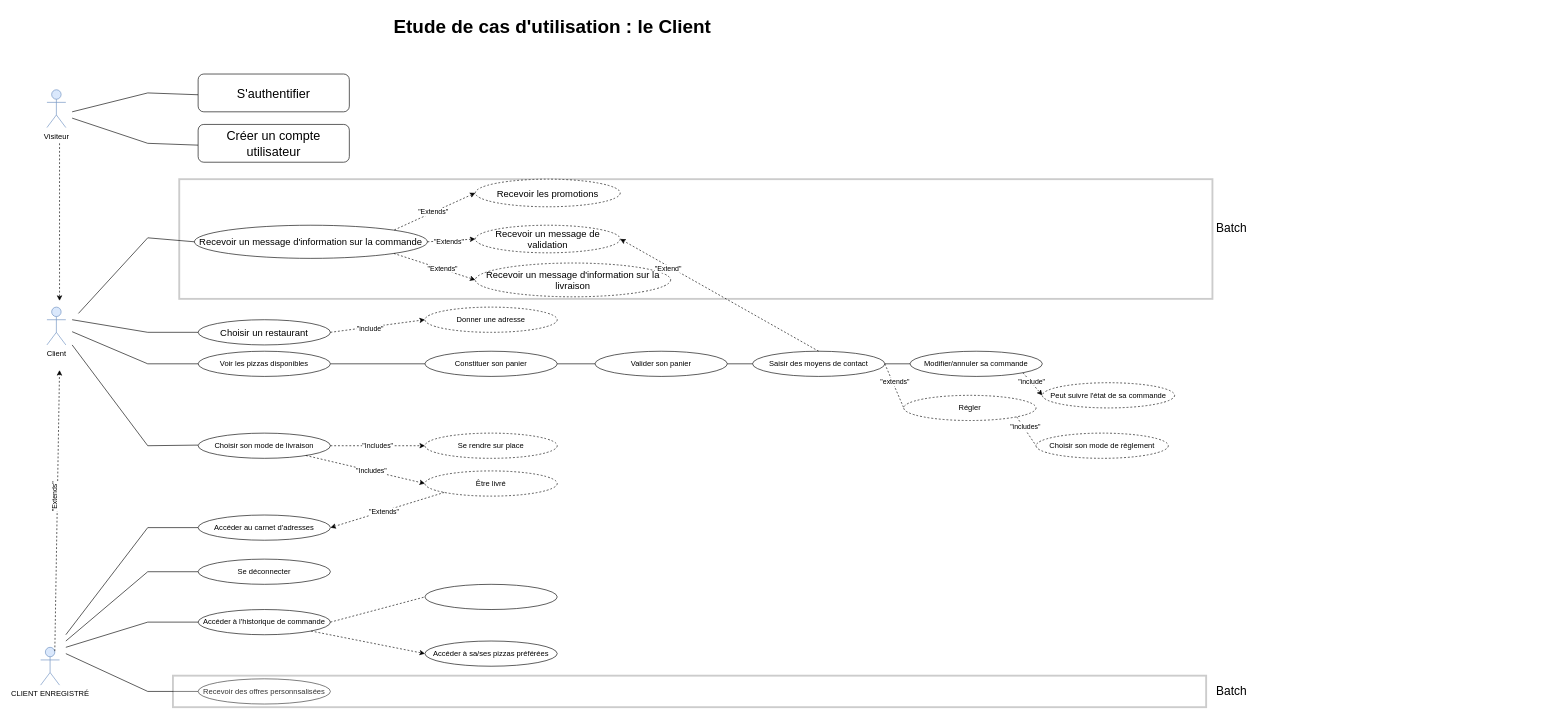
Earlier version of the draw.io diagram 1.drawio (OMorlotti/P4-analyser-les-besoin-de-mon-client-pour-son-groupe-de-pizzerias). Source tidied: cells renumbered, new cells numbered last; positions are measured from the earlier drawing's top-left corner, leaving out a move shared by most shapes. Both pictures are drawn from the tidied source at 63%, with x=0, y=0 at pixel (40, 11).
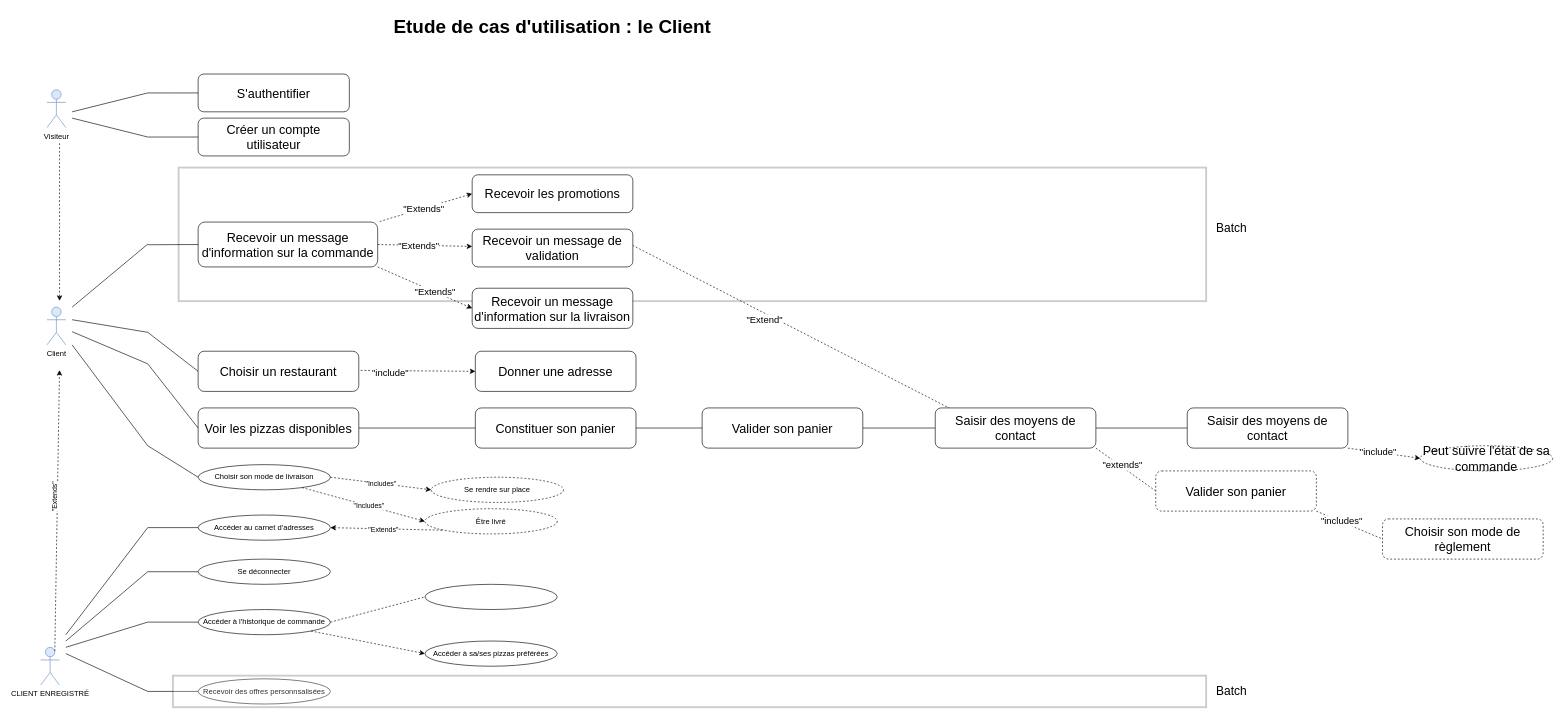
The same page after the edit.

Unchanged cells that the change refers to:
```xml
<mxCell id="83" value="&lt;font style=&quot;font-size: 20px&quot;&gt;S'authentifier&lt;/font&gt;" style="rounded=1;whiteSpace=wrap;html=1;" parent="1" vertex="1">
  <mxGeometry x="250" y="100" width="240" height="60" as="geometry" />
</mxCell>
```

What changed in the source:
```diff
@@
     <mxCell id="2" style="rounded=0;whiteSpace=wrap;html=1;opacity=20;strokeWidth=3;perimeterSpacing=0;" parent="1" vertex="1">
-      <mxGeometry x="220" y="266.9" width="1640" height="190" as="geometry" />
+      <mxGeometry x="219" y="248.5" width="1631" height="212" as="geometry" />
     </mxCell>
@@
-    <mxCell id="12" style="endArrow=none;html=1;" parent="1" edge="1">
+    <mxCell id="12" style="endArrow=none;html=1;entryX=0;entryY=0.5;entryDx=0;entryDy=0;" parent="1" edge="1" target="23">
       <mxGeometry relative="1" as="geometry">
         <mxPoint x="170" y="690" as="sourcePoint" />
-        <mxPoint x="250" y="689" as="targetPoint" />
       </mxGeometry>
     </mxCell>
-    <mxCell id="13" value="&lt;font style=&quot;font-size: 15px&quot;&gt;Choisir un restaurant&lt;/font&gt;" style="ellipse;whiteSpace=wrap;html=1;" parent="1" vertex="1">
-      <mxGeometry x="250" y="490" width="210" height="40" as="geometry" />
-    </mxCell>
-    <mxCell id="14" value="Donner une adresse" style="ellipse;whiteSpace=wrap;html=1;dashed=1;" parent="1" vertex="1">
-      <mxGeometry x="610" y="470" width="210" height="40" as="geometry" />
-    </mxCell>
-    <mxCell id="15" style="edgeStyle=orthogonalEdgeStyle;rounded=0;jettySize=auto;html=1;endArrow=none;endFill=0;" parent="1" edge="1" source="16" target="17">
+    <mxCell id="15" style="edgeStyle=orthogonalEdgeStyle;rounded=0;jettySize=auto;html=1;endArrow=none;endFill=0;exitX=1;exitY=0.5;exitDx=0;exitDy=0;entryX=0;entryY=0.5;entryDx=0;entryDy=0;" parent="1" edge="1" source="16" target="17">
       <mxGeometry relative="1" as="geometry" />
     </mxCell>
-    <mxCell id="16" value="Voir les pizzas disponibles" style="ellipse;whiteSpace=wrap;html=1;" parent="1" vertex="1">
-      <mxGeometry x="250" y="540" width="210" height="40" as="geometry" />
-    </mxCell>
-    <mxCell id="17" value="Constituer son panier" style="ellipse;whiteSpace=wrap;html=1;" parent="1" vertex="1">
-      <mxGeometry x="610" y="540" width="210" height="40" as="geometry" />
-    </mxCell>
-    <mxCell id="18" value="Valider son panier" style="ellipse;whiteSpace=wrap;html=1;" parent="1" vertex="1">
-      <mxGeometry x="880" y="540" width="210" height="40" as="geometry" />
-    </mxCell>
-    <mxCell id="19" value="Modifier/annuler sa commande" style="ellipse;whiteSpace=wrap;html=1;" parent="1" vertex="1">
-      <mxGeometry x="1380" y="540" width="210" height="40" as="geometry" />
-    </mxCell>
-    <mxCell id="20" value="Peut suivre l'état de sa commande" style="ellipse;whiteSpace=wrap;html=1;dashed=1;" parent="1" vertex="1">
-      <mxGeometry x="1590" y="590" width="210" height="40" as="geometry" />
+    <mxCell id="20" value="&lt;font style=&quot;font-size: 20px&quot;&gt;Peut suivre l'état de sa commande&lt;/font&gt;" style="ellipse;whiteSpace=wrap;html=1;dashed=1;" parent="1" vertex="1">
+      <mxGeometry x="2190" y="690" width="210" height="40" as="geometry" />
     </mxCell>
-    <mxCell id="21" style="endArrow=classic;html=1;entryX=0;entryY=0.5;entryDx=0;entryDy=0;exitX=1;exitY=1;exitDx=0;exitDy=0;dashed=1;" parent="1" edge="1" source="19" target="20">
+    <mxCell id="21" style="endArrow=classic;html=1;entryX=0;entryY=0.5;entryDx=0;entryDy=0;exitX=1;exitY=1;exitDx=0;exitDy=0;dashed=1;" parent="1" edge="1" source="93" target="20">
       <mxGeometry relative="1" as="geometry" />
     </mxCell>
-    <mxCell id="22" value="&quot;include&quot;" style="edgeLabel;html=1;align=center;verticalAlign=middle;" parent="21" vertex="1">
+    <mxCell id="22" value="&lt;font style=&quot;font-size: 15px&quot;&gt;&quot;include&quot;&lt;/font&gt;" style="edgeLabel;html=1;align=center;verticalAlign=middle;" parent="21" vertex="1">
       <mxGeometry x="-0.18" y="1" relative="1" as="geometry" />
     </mxCell>
     <mxCell id="23" value="Choisir son mode de livraison" style="ellipse;whiteSpace=wrap;html=1;" parent="1" vertex="1">
-      <mxGeometry x="250" y="670" width="210" height="40" as="geometry" />
+      <mxGeometry x="250" y="720" width="210" height="40" as="geometry" />
     </mxCell>
     <mxCell id="24" value="Se rendre sur place" style="ellipse;whiteSpace=wrap;html=1;dashed=1;" parent="1" vertex="1">
-      <mxGeometry x="610" y="670" width="210" height="40" as="geometry" />
+      <mxGeometry x="620" y="740" width="210" height="40" as="geometry" />
     </mxCell>
@@
-    <mxCell id="32" style="endArrow=classic;html=1;entryX=0;entryY=0.5;entryDx=0;entryDy=0;exitX=1;exitY=0.5;exitDx=0;exitDy=0;dashed=1;" parent="1" edge="1" source="13" target="14">
-      <mxGeometry relative="1" as="geometry" />
+    <mxCell id="32" style="endArrow=classic;html=1;entryX=0;entryY=0.5;entryDx=0;entryDy=0;exitX=1;exitY=0.5;exitDx=0;exitDy=0;dashed=1;" parent="1" edge="1" target="14">
+      <mxGeometry relative="1" as="geometry">
+        <mxPoint x="460" y="570" as="sourcePoint" />
+      </mxGeometry>
     </mxCell>
-    <mxCell id="33" value="&quot;include&quot;" style="edgeLabel;html=1;align=center;verticalAlign=middle;" parent="32" vertex="1">
+    <mxCell id="33" value="&lt;font style=&quot;font-size: 15px&quot;&gt;&quot;include&quot;&lt;/font&gt;" style="edgeLabel;html=1;align=center;verticalAlign=middle;" parent="32" vertex="1">
       <mxGeometry x="-0.17" y="-3" relative="1" as="geometry" />
     </mxCell>
@@
     <mxCell id="37" style="endArrow=none;html=1;" parent="1" edge="1">
       <mxGeometry relative="1" as="geometry">
         <mxPoint x="50" y="170" as="sourcePoint" />
-        <mxPoint x="170" y="210" as="targetPoint" />
+        <mxPoint x="170" y="200" as="targetPoint" />
       </mxGeometry>
     </mxCell>
-    <mxCell id="38" value="Régler" style="ellipse;whiteSpace=wrap;html=1;dashed=1;" parent="1" vertex="1">
-      <mxGeometry x="1370" y="610" width="210" height="40" as="geometry" />
-    </mxCell>
-    <mxCell id="39" style="endArrow=none;dashed=1;html=1;entryX=0;entryY=0.5;entryDx=0;entryDy=0;exitX=1;exitY=0.5;exitDx=0;exitDy=0;" parent="1" edge="1" source="61" target="38">
+    <mxCell id="39" style="endArrow=none;dashed=1;html=1;entryX=0;entryY=0.5;entryDx=0;entryDy=0;exitX=1;exitY=1;exitDx=0;exitDy=0;" parent="1" edge="1" source="91" target="92">
       <mxGeometry relative="1" as="geometry" />
     </mxCell>
-    <mxCell id="40" value="&quot;extends&quot;" style="edgeLabel;html=1;align=center;verticalAlign=middle;" parent="39" vertex="1">
+    <mxCell id="40" value="&lt;font style=&quot;font-size: 15px&quot;&gt;&quot;extends&quot;&lt;/font&gt;" style="edgeLabel;html=1;align=center;verticalAlign=middle;" parent="39" vertex="1">
       <mxGeometry x="-0.17" y="3" relative="1" as="geometry" />
     </mxCell>
     <mxCell id="41" value="Être livré" style="ellipse;whiteSpace=wrap;html=1;dashed=1;" parent="1" vertex="1">
-      <mxGeometry x="610" y="730" width="210" height="40" as="geometry" />
+      <mxGeometry x="610" y="790" width="210" height="40" as="geometry" />
     </mxCell>
@@
-    <mxCell id="50" value="&lt;font style=&quot;font-size: 15px&quot;&gt;Recevoir un message d'information sur la commande&lt;/font&gt;" style="ellipse;whiteSpace=wrap;html=1;" parent="1" vertex="1">
-      <mxGeometry x="244" y="340" width="370" height="52.6" as="geometry" />
-    </mxCell>
-    <mxCell id="51" style="endArrow=none;html=1;entryX=0;entryY=0.5;entryDx=0;entryDy=0;" parent="1" edge="1" target="50">
-      <mxGeometry relative="1" as="geometry">
-        <mxPoint x="170" y="360" as="sourcePoint" />
-      </mxGeometry>
-    </mxCell>
-    <mxCell id="52" value="&lt;font style=&quot;font-size: 15px&quot;&gt;Recevoir les promotions&lt;/font&gt;" style="ellipse;whiteSpace=wrap;html=1;dashed=1;" parent="1" vertex="1">
-      <mxGeometry x="690" y="266.9" width="230" height="43.8" as="geometry" />
-    </mxCell>
-    <mxCell id="53" value="&lt;font style=&quot;font-size: 15px&quot;&gt;Recevoir un message de validation&lt;/font&gt;" style="ellipse;whiteSpace=wrap;html=1;dashed=1;" parent="1" vertex="1">
-      <mxGeometry x="690" y="340" width="230" height="43.8" as="geometry" />
-    </mxCell>
-    <mxCell id="54" value="&lt;font style=&quot;font-size: 15px&quot;&gt;Recevoir un message d'information sur la livraison&lt;/font&gt;" style="ellipse;whiteSpace=wrap;html=1;dashed=1;" parent="1" vertex="1">
-      <mxGeometry x="690" y="400" width="310" height="53.6" as="geometry" />
-    </mxCell>
-    <mxCell id="55" style="endArrow=none;html=1;exitX=0;exitY=0.5;exitDx=0;exitDy=0;entryX=1;entryY=0;entryDx=0;entryDy=0;dashed=1;endFill=0;startArrow=classic;startFill=1;" parent="1" edge="1" source="52" target="50">
+    <mxCell id="55" style="endArrow=none;html=1;exitX=0;exitY=0.5;exitDx=0;exitDy=0;dashed=1;endFill=0;startArrow=classic;startFill=1;entryX=1;entryY=0;entryDx=0;entryDy=0;" parent="1" edge="1" source="52" target="50">
       <mxGeometry relative="1" as="geometry" />
     </mxCell>
-    <mxCell id="56" value="&quot;Extends&quot;" style="edgeLabel;html=1;align=center;verticalAlign=middle;" parent="55" vertex="1">
+    <mxCell id="56" value="&lt;font style=&quot;font-size: 15px&quot;&gt;&quot;Extends&quot;&lt;/font&gt;" style="edgeLabel;html=1;align=center;verticalAlign=middle;" parent="55" vertex="1">
       <mxGeometry x="0.04" y="-1" relative="1" as="geometry" />
     </mxCell>
-    <mxCell id="57" style="endArrow=classic;html=1;entryX=0;entryY=0.5;entryDx=0;entryDy=0;exitX=1;exitY=0.5;exitDx=0;exitDy=0;dashed=1;endFill=1;" parent="1" edge="1" source="50" target="53">
+    <mxCell id="57" style="endArrow=classic;html=1;exitX=1;exitY=0.5;exitDx=0;exitDy=0;dashed=1;endFill=1;" parent="1" edge="1" source="50" target="53">
       <mxGeometry relative="1" as="geometry" />
     </mxCell>
-    <mxCell id="58" value="&quot;Extends&quot;&lt;br&gt;" style="edgeLabel;html=1;align=center;verticalAlign=middle;" parent="57" vertex="1">
+    <mxCell id="58" value="&quot;Extends&quot;&lt;br style=&quot;font-size: 15px;&quot;&gt;" style="edgeLabel;html=1;align=center;verticalAlign=middle;fontSize=15;" parent="57" vertex="1">
       <mxGeometry x="-0.13" y="-1" relative="1" as="geometry" />
     </mxCell>
-    <mxCell id="59" style="endArrow=classic;html=1;entryX=0;entryY=0.5;entryDx=0;entryDy=0;exitX=1;exitY=1;exitDx=0;exitDy=0;dashed=1;startArrow=none;startFill=0;endFill=1;" parent="1" edge="1" source="50" target="54">
+    <mxCell id="59" style="endArrow=classic;html=1;exitX=1;exitY=1;exitDx=0;exitDy=0;dashed=1;startArrow=none;startFill=0;endFill=1;entryX=0;entryY=0.5;entryDx=0;entryDy=0;" parent="1" edge="1" source="50" target="54">
       <mxGeometry relative="1" as="geometry" />
     </mxCell>
-    <mxCell id="60" value="&quot;Extends&quot;&lt;br&gt;" style="edgeLabel;html=1;align=center;verticalAlign=middle;" parent="59" vertex="1">
+    <mxCell id="60" value="&quot;Extends&quot;&lt;br style=&quot;font-size: 15px;&quot;&gt;" style="edgeLabel;html=1;align=center;verticalAlign=middle;fontSize=15;" parent="59" vertex="1">
       <mxGeometry x="0.18" y="1" relative="1" as="geometry">
         <mxPoint x="1" as="offset" />
       </mxGeometry>
     </mxCell>
-    <mxCell id="61" value="Saisir des moyens de contact" style="ellipse;whiteSpace=wrap;html=1;" parent="1" vertex="1">
-      <mxGeometry x="1130" y="540" width="210" height="40" as="geometry" />
-    </mxCell>
-    <mxCell id="62" style="endArrow=none;html=1;exitX=1;exitY=0.5;exitDx=0;exitDy=0;entryX=0;entryY=0.5;entryDx=0;entryDy=0;" parent="1" edge="1" source="17" target="18">
-      <mxGeometry relative="1" as="geometry" />
-    </mxCell>
-    <mxCell id="63" style="endArrow=none;html=1;exitX=1;exitY=0.5;exitDx=0;exitDy=0;entryX=0;entryY=0.5;entryDx=0;entryDy=0;" parent="1" edge="1" source="18" target="61">
+    <mxCell id="63" style="endArrow=none;html=1;exitX=1;exitY=0.5;exitDx=0;exitDy=0;entryX=0;entryY=0.5;entryDx=0;entryDy=0;" parent="1" edge="1" source="89" target="91">
       <mxGeometry relative="1" as="geometry" />
     </mxCell>
-    <mxCell id="64" style="endArrow=none;html=1;" parent="1" edge="1">
-      <mxGeometry relative="1" as="geometry">
-        <mxPoint x="60" y="480" as="sourcePoint" />
-        <mxPoint x="170" y="360" as="targetPoint" />
-      </mxGeometry>
-    </mxCell>
@@
-    <mxCell id="70" style="endArrow=classic;dashed=1;html=1;entryX=1;entryY=0.5;entryDx=0;entryDy=0;exitX=0.5;exitY=0;exitDx=0;exitDy=0;endFill=1;" parent="1" edge="1" source="61" target="53">
-      <mxGeometry relative="1" as="geometry" />
+    <mxCell id="70" style="endArrow=classic;dashed=1;html=1;entryX=1;entryY=0.5;entryDx=0;entryDy=0;exitX=0.5;exitY=0;exitDx=0;exitDy=0;endFill=1;" parent="1" edge="1">
+      <mxGeometry relative="1" as="geometry">
+        <mxPoint x="1465" y="641.9" as="sourcePoint" />
+        <mxPoint x="920" y="361.9" as="targetPoint" />
+      </mxGeometry>
     </mxCell>
-    <mxCell id="71" value="&quot;Extend&quot;" style="edgeLabel;html=1;align=center;verticalAlign=middle;" parent="70" vertex="1">
-      <mxGeometry x="0.51" y="3" relative="1" as="geometry" />
+    <mxCell id="71" value="&lt;font style=&quot;font-size: 15px&quot;&gt;&quot;Extend&quot;&lt;/font&gt;" style="edgeLabel;html=1;align=center;verticalAlign=middle;" parent="70" vertex="1">
+      <mxGeometry x="0.51" y="3" relative="1" as="geometry">
+        <mxPoint x="97" y="56.4" as="offset" />
+      </mxGeometry>
     </mxCell>
-    <mxCell id="72" value="Choisir son mode de règlement" style="ellipse;whiteSpace=wrap;html=1;dashed=1;" parent="1" vertex="1">
-      <mxGeometry x="1580" y="670" width="210" height="40" as="geometry" />
-    </mxCell>
-    <mxCell id="73" style="endArrow=none;dashed=1;html=1;entryX=0;entryY=0.5;entryDx=0;entryDy=0;exitX=1;exitY=1;exitDx=0;exitDy=0;" parent="1" edge="1" source="38" target="72">
+    <mxCell id="73" style="endArrow=none;dashed=1;html=1;entryX=0;entryY=0.5;entryDx=0;entryDy=0;exitX=1;exitY=1;exitDx=0;exitDy=0;" parent="1" edge="1" source="92" target="72">
       <mxGeometry relative="1" as="geometry" />
     </mxCell>
-    <mxCell id="74" value="&quot;includes&quot;" style="edgeLabel;html=1;align=center;verticalAlign=middle;" parent="73" vertex="1">
+    <mxCell id="74" value="&lt;font style=&quot;font-size: 15px&quot;&gt;&quot;includes&quot;&lt;/font&gt;" style="edgeLabel;html=1;align=center;verticalAlign=middle;" parent="73" vertex="1">
       <mxGeometry x="-0.27" y="2" relative="1" as="geometry" />
     </mxCell>
-    <mxCell id="75" style="endArrow=none;html=1;entryX=0;entryY=0.5;entryDx=0;entryDy=0;" parent="1" edge="1">
-      <mxGeometry relative="1" as="geometry">
-        <mxPoint x="170" y="130" as="sourcePoint" />
-        <mxPoint x="250" y="132.9" as="targetPoint" />
-      </mxGeometry>
-    </mxCell>
-    <mxCell id="76" style="endArrow=none;html=1;entryX=0;entryY=0.5;entryDx=0;entryDy=0;" parent="1" edge="1">
-      <mxGeometry relative="1" as="geometry">
-        <mxPoint x="170" y="210" as="sourcePoint" />
-        <mxPoint x="250" y="212.9" as="targetPoint" />
-      </mxGeometry>
-    </mxCell>
@@
-    <mxCell id="80" style="endArrow=none;html=1;entryX=0;entryY=0.5;entryDx=0;entryDy=0;exitX=1;exitY=0.5;exitDx=0;exitDy=0;" parent="1" edge="1" source="61" target="19">
+    <mxCell id="80" style="endArrow=none;html=1;entryX=0;entryY=0.5;entryDx=0;entryDy=0;exitX=1;exitY=0.5;exitDx=0;exitDy=0;" parent="1" edge="1" source="91" target="93">
       <mxGeometry relative="1" as="geometry" />
     </mxCell>
@@
+    <mxCell id="85" style="edgeStyle=orthogonalEdgeStyle;rounded=0;jettySize=auto;html=1;endArrow=none;endFill=0;fontSize=15;" parent="1" edge="1" source="83">
+      <mxGeometry relative="1" as="geometry">
+        <mxPoint x="170" y="130" as="targetPoint" />
+      </mxGeometry>
+    </mxCell>
@@
+    <mxCell id="86" style="edgeStyle=orthogonalEdgeStyle;rounded=0;jettySize=auto;html=1;fontSize=15;endArrow=none;endFill=0;" parent="1" edge="1" source="84">
+      <mxGeometry relative="1" as="geometry">
+        <mxPoint x="170" y="200" as="targetPoint" />
+      </mxGeometry>
+    </mxCell>
     <mxCell id="84" value="&lt;font style=&quot;font-size: 20px&quot;&gt;Créer un compte utilisateur&lt;/font&gt;" style="rounded=1;whiteSpace=wrap;html=1;" parent="1" vertex="1">
-      <mxGeometry x="250" y="180" width="240" height="60" as="geometry" />
+      <mxGeometry x="250" y="170" width="240" height="60" as="geometry" />
     </mxCell>
+    <mxCell id="50" value="&lt;font style=&quot;font-size: 20px&quot;&gt;Recevoir un message d'information sur la commande&lt;/font&gt;" style="rounded=1;whiteSpace=wrap;html=1;" parent="1" vertex="1">
+      <mxGeometry x="250" y="335" width="285" height="71.2" as="geometry" />
+    </mxCell>
+    <mxCell id="52" value="&lt;font style=&quot;font-size: 20px&quot;&gt;Recevoir les promotions&lt;/font&gt;" style="rounded=1;whiteSpace=wrap;html=1;" parent="1" vertex="1">
+      <mxGeometry x="685" y="260" width="255" height="60" as="geometry" />
+    </mxCell>
+    <mxCell id="53" value="&lt;span style=&quot;font-size: 20px&quot;&gt;Recevoir un message de validation&lt;/span&gt;" style="rounded=1;whiteSpace=wrap;html=1;" parent="1" vertex="1">
+      <mxGeometry x="685" y="346.2" width="255" height="60" as="geometry" />
+    </mxCell>
+    <mxCell id="54" value="&lt;span style=&quot;font-size: 20px&quot;&gt;Recevoir un message d'information sur la livraison&lt;/span&gt;" style="rounded=1;whiteSpace=wrap;html=1;" parent="1" vertex="1">
+      <mxGeometry x="685" y="440" width="255" height="63.8" as="geometry" />
+    </mxCell>
+    <mxCell id="87" style="endArrow=none;html=1;fontSize=15;entryX=0;entryY=0.5;entryDx=0;entryDy=0;" parent="1" edge="1" target="50">
+      <mxGeometry relative="1" as="geometry">
+        <mxPoint x="170" y="371" as="sourcePoint" />
+      </mxGeometry>
+    </mxCell>
+    <mxCell id="88" style="endArrow=none;html=1;fontSize=15;" parent="1" edge="1">
+      <mxGeometry relative="1" as="geometry">
+        <mxPoint x="50" y="470" as="sourcePoint" />
+        <mxPoint x="170" y="370" as="targetPoint" />
+      </mxGeometry>
+    </mxCell>
+    <mxCell id="14" value="&lt;span style=&quot;font-size: 20px&quot;&gt;Donner une adresse&lt;/span&gt;" style="rounded=1;whiteSpace=wrap;html=1;" parent="1" vertex="1">
+      <mxGeometry x="690" y="540" width="255" height="63.8" as="geometry" />
+    </mxCell>
+    <mxCell id="13" value="&lt;span style=&quot;font-size: 20px&quot;&gt;Choisir un restaurant&lt;/span&gt;" style="rounded=1;whiteSpace=wrap;html=1;" parent="1" vertex="1">
+      <mxGeometry x="250" y="540" width="255" height="63.8" as="geometry" />
+    </mxCell>
+    <mxCell id="16" value="&lt;span style=&quot;font-size: 20px&quot;&gt;Voir les pizzas disponibles&lt;/span&gt;" style="rounded=1;whiteSpace=wrap;html=1;" parent="1" vertex="1">
+      <mxGeometry x="250" y="630" width="255" height="63.8" as="geometry" />
+    </mxCell>
+    <mxCell id="17" value="&lt;span style=&quot;font-size: 20px&quot;&gt;Constituer son panier&lt;/span&gt;" style="rounded=1;whiteSpace=wrap;html=1;" parent="1" vertex="1">
+      <mxGeometry x="690" y="630" width="255" height="63.8" as="geometry" />
+    </mxCell>
+    <mxCell id="89" value="&lt;span style=&quot;font-size: 20px&quot;&gt;Valider son panier&lt;/span&gt;" style="rounded=1;whiteSpace=wrap;html=1;" parent="1" vertex="1">
+      <mxGeometry x="1050" y="630" width="255" height="63.8" as="geometry" />
+    </mxCell>
+    <mxCell id="90" style="endArrow=none;html=1;fontSize=15;entryX=0;entryY=0.5;entryDx=0;entryDy=0;exitX=1;exitY=0.5;exitDx=0;exitDy=0;" parent="1" edge="1" source="17" target="89">
+      <mxGeometry relative="1" as="geometry" />
+    </mxCell>
+    <mxCell id="91" value="&lt;span style=&quot;font-size: 20px&quot;&gt;Saisir des moyens de contact&lt;/span&gt;" style="rounded=1;whiteSpace=wrap;html=1;" parent="1" vertex="1">
+      <mxGeometry x="1420" y="630" width="255" height="63.8" as="geometry" />
+    </mxCell>
+    <mxCell id="92" value="&lt;span style=&quot;font-size: 20px&quot;&gt;Valider son panier&lt;/span&gt;" style="rounded=1;whiteSpace=wrap;html=1;dashed=1;" parent="1" vertex="1">
+      <mxGeometry x="1770" y="730" width="255" height="63.8" as="geometry" />
+    </mxCell>
+    <mxCell id="93" value="&lt;span style=&quot;font-size: 20px&quot;&gt;Saisir des moyens de contact&lt;/span&gt;" style="rounded=1;whiteSpace=wrap;html=1;" parent="1" vertex="1">
+      <mxGeometry x="1820" y="630" width="255" height="63.8" as="geometry" />
+    </mxCell>
+    <mxCell id="72" value="&lt;span style=&quot;font-size: 20px&quot;&gt;Choisir son mode de règlement&lt;/span&gt;" style="rounded=1;whiteSpace=wrap;html=1;dashed=1;" parent="1" vertex="1">
+      <mxGeometry x="2130" y="806.2" width="255" height="63.8" as="geometry" />
+    </mxCell>
```
